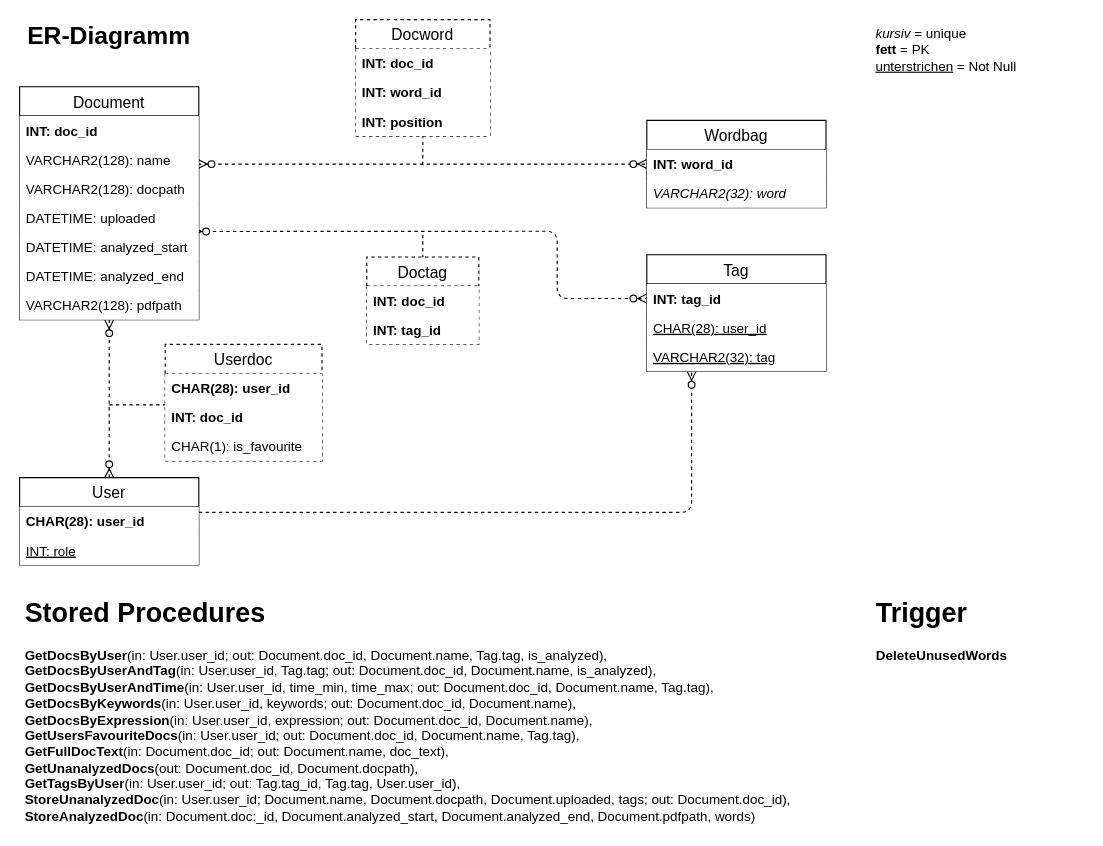
doc-ver/Doku keeps this draw.io diagram as page "ER-Diagramm" (3 of 3) of docs/Overview/resources/Diagramme/doc-ver_Diagramme.drawio. Above is the earlier version. Source tidied: cells renumbered, new cells numbered last; positions are measured from the earlier drawing's top-left corner, leaving out a move shared by most shapes. Both pictures are drawn from the tidied source at 112%, with x=0, y=0 at pixel (19, 19).
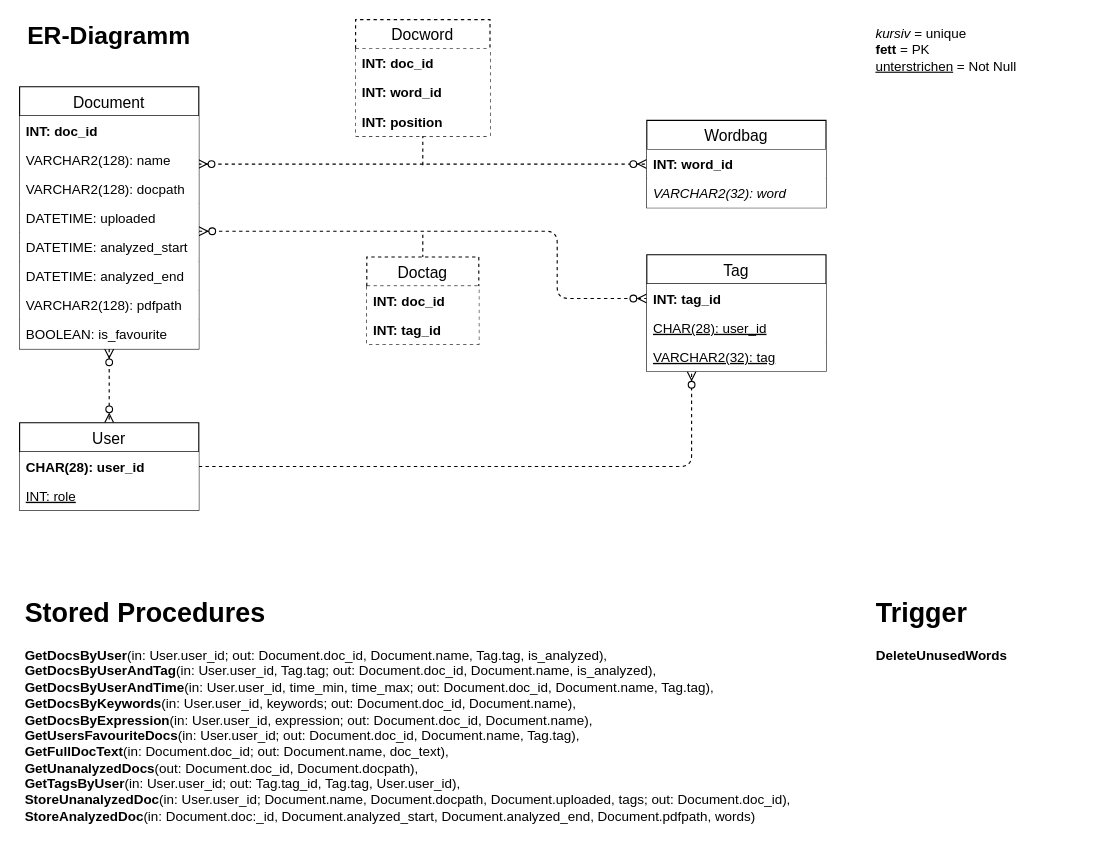
The same page after the edit.

Unchanged cells that the change refers to:
```xml
<mxCell id="27" value="DATETIME: uploaded" style="text;strokeColor=none;fillColor=#ffffff;spacingLeft=4;spacingRight=4;overflow=hidden;points=[[0,0.5],[1,0.5]];portConstraint=eastwest;fontSize=12;" parent="23" vertex="1">
  <mxGeometry y="104" width="160" height="26" as="geometry" />
</mxCell>
<mxCell id="28" value="DATETIME: analyzed_start" style="text;strokeColor=none;fillColor=#ffffff;spacingLeft=4;spacingRight=4;overflow=hidden;points=[[0,0.5],[1,0.5]];portConstraint=eastwest;fontSize=12;" parent="23" vertex="1">
  <mxGeometry y="130" width="160" height="26" as="geometry" />
</mxCell>
<mxCell id="38" value="Tag" style="swimlane;fontStyle=0;horizontal=1;startSize=26;align=center;fontSize=14;swimlaneLine=1;glass=0;" parent="1" vertex="1">
  <mxGeometry x="560" y="210" width="160" height="104" as="geometry" />
</mxCell>
<mxCell id="39" value="INT: tag_id" style="text;spacingLeft=4;spacingRight=4;overflow=hidden;points=[[0,0.5],[1,0.5]];portConstraint=eastwest;fontSize=12;fontStyle=1;fillColor=#ffffff;" parent="38" vertex="1">
  <mxGeometry y="26" width="160" height="26" as="geometry" />
</mxCell>
```

Diff of the diagram source:
```diff
@@
-    <mxCell id="5" style="fontSize=12;html=1;endArrow=ERzeroToMany;endFill=1;startArrow=ERzeroToMany;exitX=0.966;exitY=-0.032;exitDx=0;exitDy=0;dashed=1;entryX=0;entryY=0.5;entryDx=0;entryDy=0;exitPerimeter=0;" parent="1" edge="1" source="28" target="39">
+    <mxCell id="5" style="fontSize=12;html=1;endArrow=ERzeroToMany;endFill=1;startArrow=ERzeroToMany;exitX=1;exitY=0.962;exitDx=0;exitDy=0;dashed=1;entryX=0;entryY=0.5;entryDx=0;entryDy=0;exitPerimeter=0;" parent="1" edge="1" source="27" target="39">
       <mxGeometry relative="1" as="geometry">
         <Array as="points">
           <mxPoint x="480" y="189" />
           <mxPoint x="480" y="249" />
         </Array>
       </mxGeometry>
     </mxCell>
@@
     <mxCell id="8" style="fontSize=12;html=1;endArrow=ERzeroToMany;endFill=1;startArrow=ERzeroToMany;exitX=0.5;exitY=1;exitDx=0;exitDy=0;dashed=1;entryX=0.5;entryY=0;entryDx=0;entryDy=0;" parent="1" edge="1" source="23" target="13">
-      <mxGeometry relative="1" as="geometry">
-        <Array as="points">
-          <mxPoint x="80" y="360" />
-        </Array>
-      </mxGeometry>
+      <mxGeometry relative="1" as="geometry" />
     </mxCell>
-    <mxCell id="9" style="endArrow=none;dashed=1;html=1;entryX=0;entryY=0.5;entryDx=0;entryDy=0;" parent="1" edge="1">
-      <mxGeometry relative="1" as="geometry">
-        <mxPoint x="80" y="344" as="sourcePoint" />
-        <mxPoint x="160" y="344" as="targetPoint" />
-      </mxGeometry>
-    </mxCell>
@@
-    <mxCell id="11" style="fontSize=12;html=1;endArrow=ERzeroToMany;endFill=1;startArrow=none;exitX=1;exitY=0.769;exitDx=0;exitDy=0;dashed=1;entryX=0.25;entryY=1;entryDx=0;entryDy=0;exitPerimeter=0;startFill=0;" parent="1" edge="1" target="38">
+    <mxCell id="11" style="fontSize=12;html=1;endArrow=ERzeroToMany;endFill=1;startArrow=none;exitX=1;exitY=0.5;exitDx=0;exitDy=0;dashed=1;entryX=0.25;entryY=1;entryDx=0;entryDy=0;startFill=0;" parent="1" edge="1" source="13" target="38">
       <mxGeometry relative="1" as="geometry">
-        <mxPoint x="160" y="440" as="sourcePoint" />
         <Array as="points">
-          <mxPoint x="450" y="440" />
-          <mxPoint x="600" y="440" />
+          <mxPoint x="600" y="399" />
         </Array>
       </mxGeometry>
     </mxCell>
@@
-    <mxCell id="13" value="User" style="swimlane;fontStyle=0;horizontal=1;startSize=26;align=center;fontSize=14;swimlaneLine=1;glass=0;" parent="1" vertex="1">
-      <mxGeometry y="409" width="160" height="78" as="geometry" />
-    </mxCell>
-    <mxCell id="14" value="CHAR(28): user_id" style="text;spacingLeft=4;spacingRight=4;overflow=hidden;fontSize=12;fontStyle=1;fillColor=#ffffff;" parent="13" vertex="1">
-      <mxGeometry y="26" width="160" height="26" as="geometry" />
-    </mxCell>
-    <mxCell id="15" value="INT: role" style="text;strokeColor=none;fillColor=#ffffff;spacingLeft=4;spacingRight=4;overflow=hidden;fontSize=12;fontStyle=4;" parent="13" vertex="1">
-      <mxGeometry y="52" width="160" height="26" as="geometry" />
-    </mxCell>
@@
-    <mxCell id="19" value="Userdoc" style="swimlane;fontStyle=0;horizontal=1;startSize=26;align=center;fontSize=14;swimlaneLine=1;glass=0;dashed=1;" parent="1" vertex="1">
-      <mxGeometry x="130" y="290" width="140" height="104" as="geometry" />
-    </mxCell>
-    <mxCell id="20" value="CHAR(28): user_id" style="text;strokeColor=none;fillColor=#ffffff;spacingLeft=4;spacingRight=4;overflow=hidden;fontSize=12;fontStyle=1;" parent="19" vertex="1">
-      <mxGeometry y="26" width="140" height="26" as="geometry" />
-    </mxCell>
-    <mxCell id="21" value="INT: doc_id" style="text;strokeColor=none;fillColor=#ffffff;spacingLeft=4;spacingRight=4;overflow=hidden;fontSize=12;fontStyle=1;" parent="19" vertex="1">
-      <mxGeometry y="52" width="140" height="26" as="geometry" />
-    </mxCell>
-    <mxCell id="22" value="CHAR(1): is_favourite" style="text;strokeColor=none;fillColor=#ffffff;spacingLeft=4;spacingRight=4;overflow=hidden;fontSize=12;fontStyle=0;" parent="19" vertex="1">
-      <mxGeometry y="78" width="140" height="26" as="geometry" />
-    </mxCell>
     <mxCell id="23" value="Document" style="swimlane;fontStyle=0;horizontal=1;startSize=26;align=center;fontSize=14;swimlaneLine=1;glass=0;" parent="1" vertex="1">
-      <mxGeometry y="60" width="160" height="208" as="geometry" />
+      <mxGeometry y="60" width="160" height="234" as="geometry" />
     </mxCell>
@@
+    <mxCell id="22" value="BOOLEAN: is_favourite" style="text;strokeColor=none;fillColor=#ffffff;spacingLeft=4;spacingRight=4;overflow=hidden;fontSize=12;fontStyle=0;" parent="23" vertex="1">
+      <mxGeometry y="208" width="160" height="26" as="geometry" />
+    </mxCell>
@@
+    <mxCell id="13" value="User" style="swimlane;fontStyle=0;horizontal=1;startSize=26;align=center;fontSize=14;swimlaneLine=1;glass=0;" parent="1" vertex="1">
+      <mxGeometry y="360" width="160" height="78" as="geometry" />
+    </mxCell>
+    <mxCell id="14" value="CHAR(28): user_id" style="text;spacingLeft=4;spacingRight=4;overflow=hidden;fontSize=12;fontStyle=1;fillColor=#ffffff;" parent="13" vertex="1">
+      <mxGeometry y="26" width="160" height="26" as="geometry" />
+    </mxCell>
+    <mxCell id="15" value="INT: role" style="text;strokeColor=none;fillColor=#ffffff;spacingLeft=4;spacingRight=4;overflow=hidden;fontSize=12;fontStyle=4;" parent="13" vertex="1">
+      <mxGeometry y="52" width="160" height="26" as="geometry" />
+    </mxCell>
```
